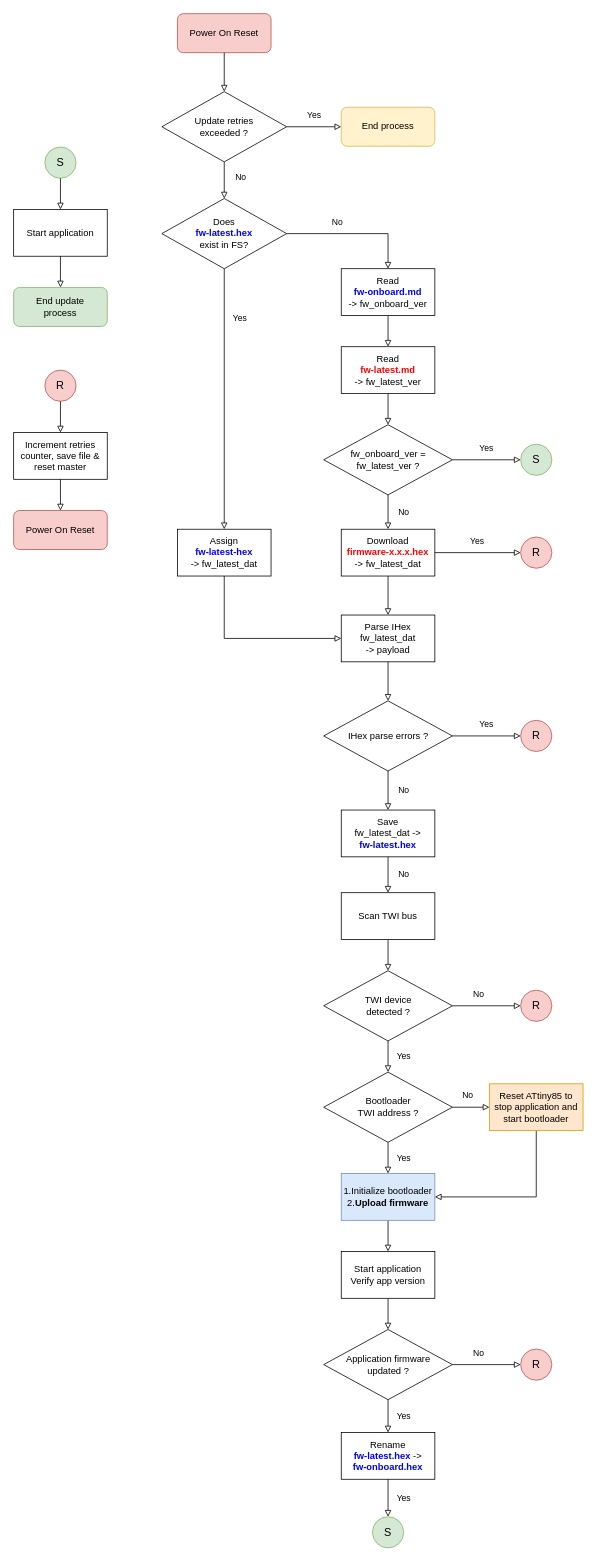
Before: diagrams/Firmware-Update.drawio in casanovg/timonel-ota-demo, a draw.io diagram. Source tidied: cells renumbered, new cells numbered last; positions are measured from the earlier drawing's top-left corner, leaving out a move shared by most shapes. Both pictures are drawn from the tidied source at 78%, with x=0, y=0 at pixel (13, 13).
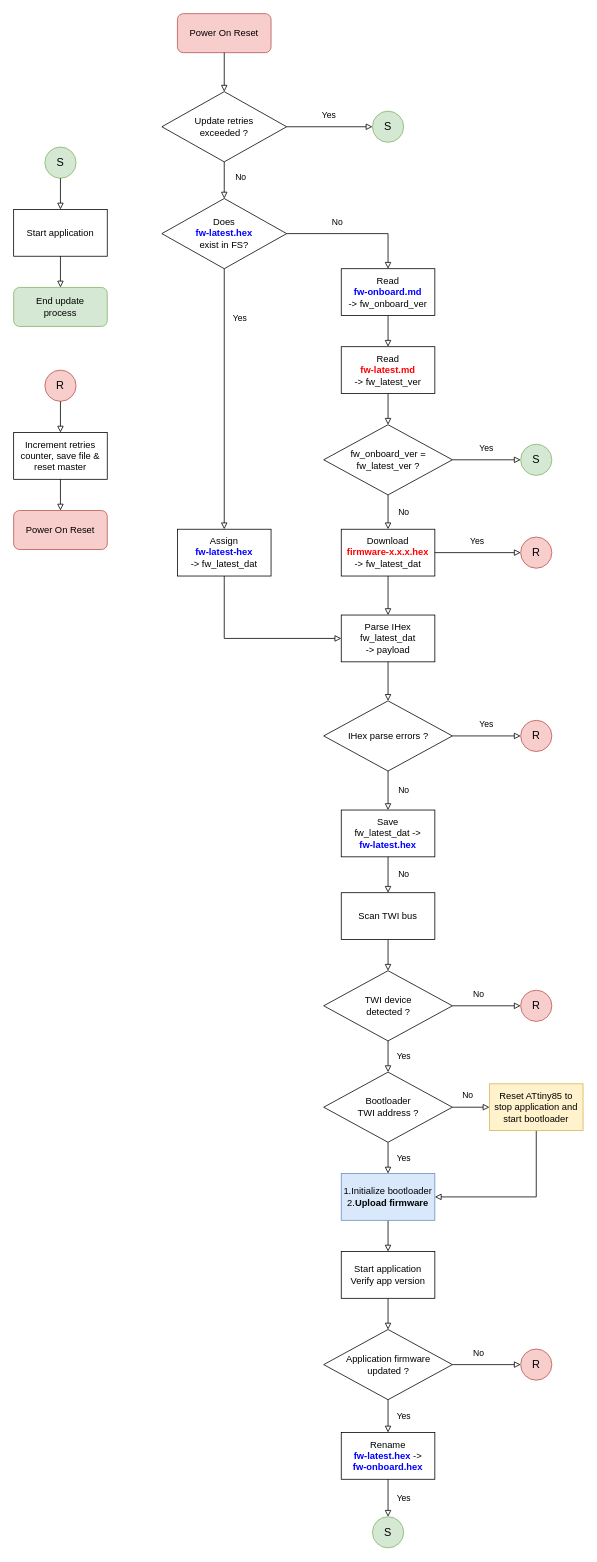
The same page after the edit.

Unchanged cells that the change refers to:
```xml
<mxCell id="54" value="Update retries&lt;br&gt;exceeded ?" style="rhombus;whiteSpace=wrap;html=1;" parent="1" vertex="1">
  <mxGeometry x="190" y="100" width="160" height="90" as="geometry" />
</mxCell>
```

What changed in the source:
```diff
@@
-    <mxCell id="30" value="Reset ATtiny85 to&lt;br&gt;stop application and&lt;br&gt;start bootloader&lt;br&gt;&lt;div&gt;&lt;/div&gt;" style="rounded=0;whiteSpace=wrap;html=1;align=center;fillColor=#ffe6cc;strokeColor=#d79b00;" parent="1" vertex="1">
+    <mxCell id="30" value="Reset ATtiny85 to&lt;br&gt;stop application and&lt;br&gt;start bootloader&lt;br&gt;&lt;div&gt;&lt;/div&gt;" style="rounded=0;whiteSpace=wrap;html=1;align=center;fillColor=#fff2cc;strokeColor=#d6b656;" parent="1" vertex="1">
       <mxGeometry x="610" y="1372" width="120" height="60" as="geometry" />
     </mxCell>
@@
-    <mxCell id="56" value="Yes" style="edgeStyle=orthogonalEdgeStyle;rounded=0;jettySize=auto;html=1;endArrow=block;endFill=0;strokeColor=#000000;strokeWidth=1;entryX=0;entryY=0.5;entryDx=0;entryDy=0;exitX=1;exitY=0.5;exitDx=0;exitDy=0;" parent="1" edge="1" source="54" target="57">
+    <mxCell id="56" value="Yes" style="edgeStyle=orthogonalEdgeStyle;rounded=0;jettySize=auto;html=1;endArrow=block;endFill=0;strokeColor=#000000;strokeWidth=1;entryX=0;entryY=0.5;entryDx=0;entryDy=0;exitX=1;exitY=0.5;exitDx=0;exitDy=0;" parent="1" edge="1" source="54" target="65">
       <mxGeometry x="-0.03" y="15" relative="1" as="geometry">
         <mxPoint x="1" as="offset" />
       </mxGeometry>
     </mxCell>
-    <mxCell id="57" value="End process" style="rounded=1;whiteSpace=wrap;html=1;fillColor=#fff2cc;strokeColor=#d6b656;" parent="1" vertex="1">
-      <mxGeometry x="420" y="120" width="120" height="50" as="geometry" />
-    </mxCell>
@@
+    <mxCell id="65" value="&lt;font style=&quot;font-size: 14px&quot;&gt;S&lt;/font&gt;" style="ellipse;whiteSpace=wrap;html=1;fillColor=#d5e8d4;strokeColor=#82b366;" parent="1" vertex="1">
+      <mxGeometry x="460" y="125" width="40" height="40" as="geometry" />
+    </mxCell>
```
